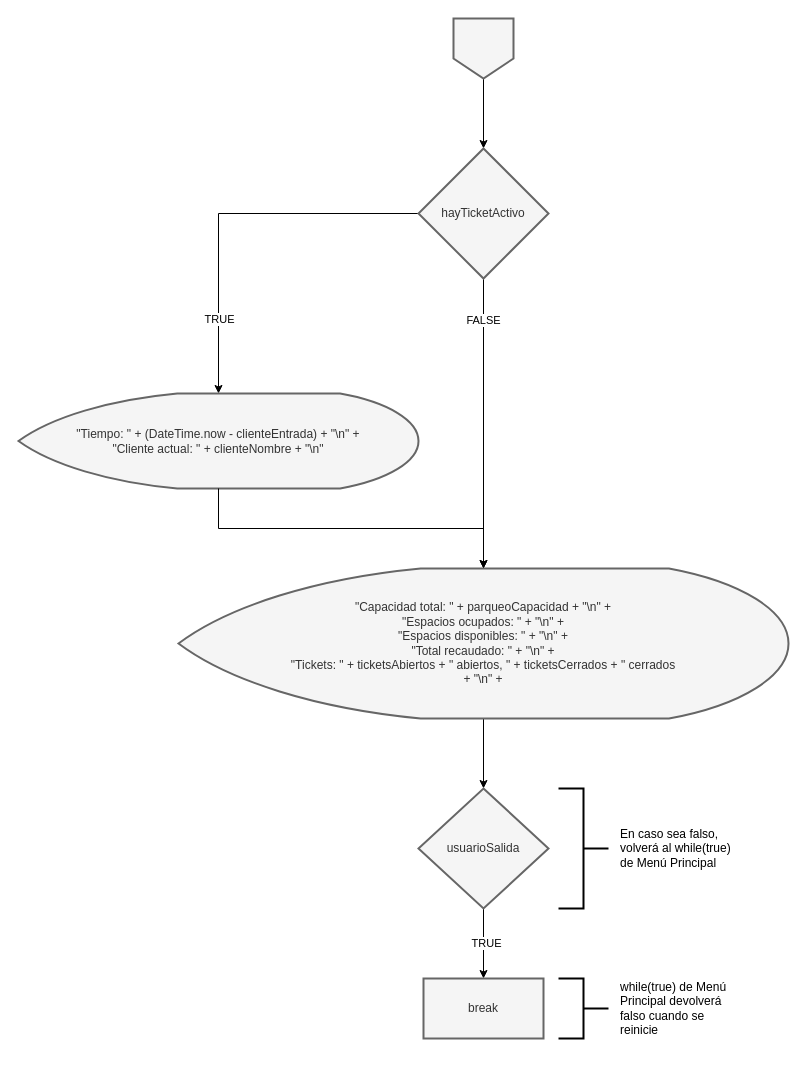
Earlier version of the draw.io diagram page "Mostrar Estado" (4 of 6) of docs/GRAPHS.drawio (xrmerida/SmartPark). Source tidied: cells renumbered, new cells numbered last; positions are measured from the earlier drawing's top-left corner, leaving out a move shared by most shapes. Both pictures are drawn from the tidied source at 100%, with x=0, y=0 at pixel (18, 18).
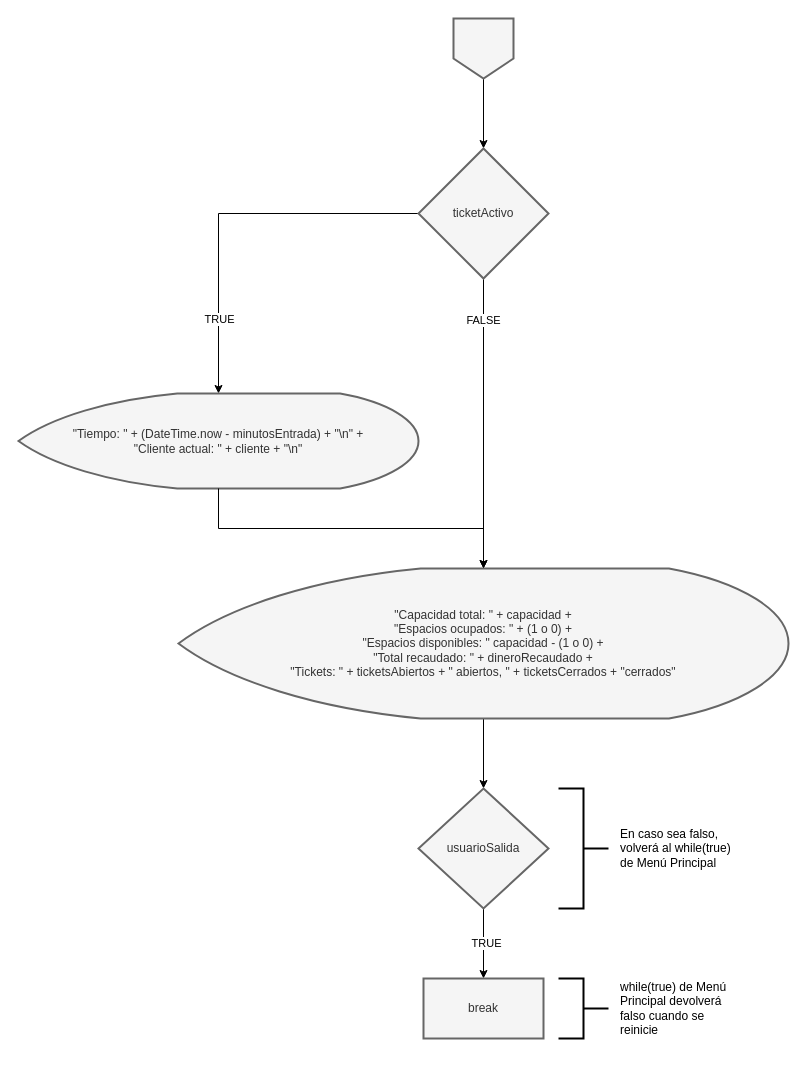
Above is the later version.

Change to the diagram source:
```diff
@@
-    <mxCell id="8" value="hayTicketActivo" style="rhombus;whiteSpace=wrap;html=1;fillColor=#f5f5f5;strokeColor=#666666;fontColor=#333333;rounded=0;strokeWidth=2;" parent="1" vertex="1">
+    <mxCell id="8" value="ticketActivo" style="rhombus;whiteSpace=wrap;html=1;fillColor=#f5f5f5;strokeColor=#666666;fontColor=#333333;rounded=0;strokeWidth=2;" parent="1" vertex="1">
       <mxGeometry x="400" y="130" width="130" height="130" as="geometry" />
     </mxCell>
-    <mxCell id="9" value="&lt;div&gt;&quot;Tiempo: &quot; + (DateTime.now - clienteEntrada) + &quot;\n&quot; +&lt;/div&gt;&lt;div&gt;&quot;Cliente actual: &quot; + clienteNombre + &quot;\n&quot;&lt;/div&gt;" style="strokeWidth=2;html=1;shape=mxgraph.flowchart.display;whiteSpace=wrap;fillColor=#f5f5f5;fontColor=#333333;strokeColor=#666666;verticalAlign=middle;labelPosition=center;verticalLabelPosition=middle;align=center;" parent="1" vertex="1">
+    <mxCell id="9" value="&lt;div&gt;&quot;Tiempo: &quot; + (DateTime.now - minutosEntrada) + &quot;\n&quot; +&lt;/div&gt;&lt;div&gt;&quot;Cliente actual: &quot; + cliente + &quot;\n&quot;&lt;/div&gt;" style="strokeWidth=2;html=1;shape=mxgraph.flowchart.display;whiteSpace=wrap;fillColor=#f5f5f5;fontColor=#333333;strokeColor=#666666;verticalAlign=middle;labelPosition=center;verticalLabelPosition=middle;align=center;" parent="1" vertex="1">
       <mxGeometry y="375" width="400" height="95" as="geometry" />
     </mxCell>
@@
-    <mxCell id="11" value="&lt;div&gt;&quot;Capacidad total: &quot; + parqueoCapacidad + &quot;\n&quot; +&lt;/div&gt;&lt;div&gt;&quot;Espacios ocupados: &quot; + &quot;\n&quot; +&lt;/div&gt;&lt;div&gt;&quot;Espacios disponibles: &quot; + &quot;\n&quot; +&lt;/div&gt;&lt;div&gt;&quot;Total recaudado: &quot; + &quot;\n&quot; +&lt;/div&gt;&lt;div&gt;&quot;Tickets: &quot; + ticketsAbiertos + &quot; abiertos, &quot; + ticketsCerrados + &quot; cerrados&lt;/div&gt;&lt;div&gt; + &quot;\n&quot; +&lt;/div&gt;" style="strokeWidth=2;html=1;shape=mxgraph.flowchart.display;whiteSpace=wrap;fillColor=#f5f5f5;fontColor=#333333;strokeColor=#666666;verticalAlign=middle;labelPosition=center;verticalLabelPosition=middle;align=center;" parent="1" vertex="1">
+    <mxCell id="11" value="&lt;div&gt;&quot;Capacidad total: &quot; + capacidad +&lt;/div&gt;&lt;div&gt;&quot;Espacios ocupados: &quot; + (1 o 0) +&lt;/div&gt;&lt;div&gt;&quot;Espacios disponibles: &quot; capacidad - (1 o 0) +&lt;/div&gt;&lt;div&gt;&quot;Total recaudado: &quot; + dineroRecaudado +&lt;/div&gt;&lt;div&gt;&quot;Tickets: &quot; + ticketsAbiertos + &quot; abiertos, &quot; + ticketsCerrados +&amp;nbsp;&quot;cerrados&quot;&lt;/div&gt;" style="strokeWidth=2;html=1;shape=mxgraph.flowchart.display;whiteSpace=wrap;fillColor=#f5f5f5;fontColor=#333333;strokeColor=#666666;verticalAlign=middle;labelPosition=center;verticalLabelPosition=middle;align=center;" parent="1" vertex="1">
       <mxGeometry x="160" y="550" width="610" height="150" as="geometry" />
     </mxCell>
```
